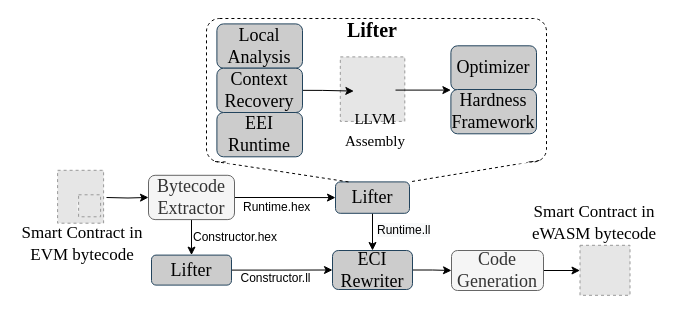
The draw.io diagram page "Copy of overlook" (2 of 13) of Untitled Diagram.drawio in Kenun99/drawio.repo, before the edit. Source tidied: cells renumbered, new cells numbered last; positions are measured from the earlier drawing's top-left corner, leaving out a move shared by most shapes. Both pictures are drawn from the tidied source at 100%, with x=0, y=0 at pixel (17, 18). Pictures stored in the file or linked from it are replaced by grey dashed boxes.
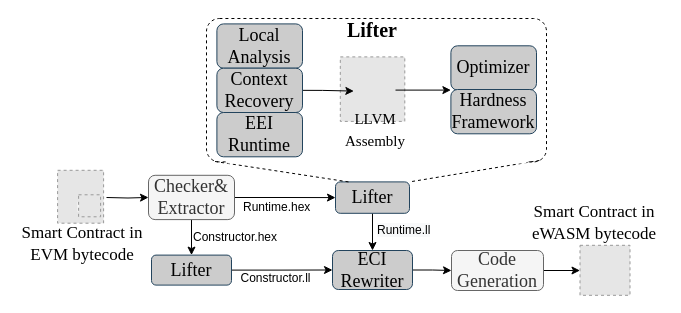
Above is the later version.

Change to the diagram source:
```diff
@@
-    <mxCell id="17" value="Bytecode&lt;br&gt;Extractor" style="rounded=1;whiteSpace=wrap;html=1;fontFamily=Times New Roman;fontSize=18;fillColor=#f5f5f5;strokeColor=#666666;gradientColor=none;fontColor=#333333;labelBackgroundColor=none;strokeWidth=1;" parent="1" vertex="1">
+    <mxCell id="17" value="Checker&amp;amp;&lt;br&gt;Extractor" style="rounded=1;whiteSpace=wrap;html=1;fontFamily=Times New Roman;fontSize=18;fillColor=#f5f5f5;strokeColor=#666666;gradientColor=none;fontColor=#333333;labelBackgroundColor=none;strokeWidth=1;" parent="1" vertex="1">
       <mxGeometry x="131" y="156.8" width="86" height="44.3" as="geometry" />
     </mxCell>
```
